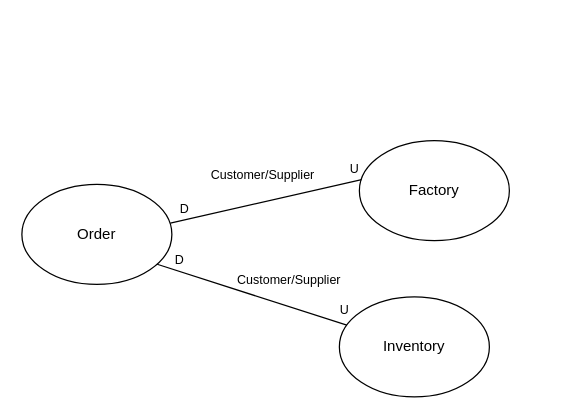
The draw.io diagram doc/images/graphs/contextmap.drawio in ielpo/edpo-project-group1, before the edit. Source tidied: cells renumbered, new cells numbered last; positions are measured from the earlier drawing's top-left corner, leaving out a move shared by most shapes. Both pictures are drawn from the tidied source at 125%, with x=0, y=0 at pixel (21, 140).
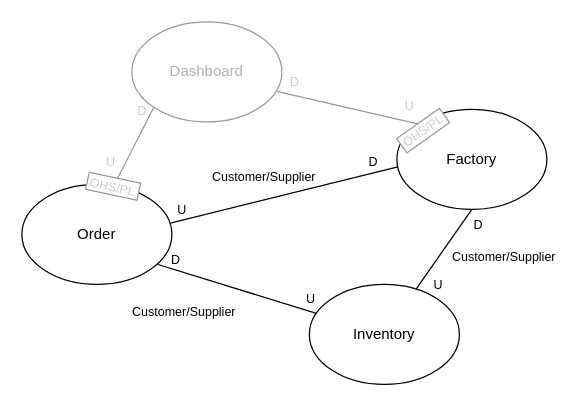
The same diagram, later.

The change refers to these unchanged cells:
```xml
<mxCell id="2" style="rounded=0;jettySize=auto;html=1;exitX=0.902;exitY=0.799;exitDx=0;exitDy=0;exitPerimeter=0;endArrow=none;endFill=0;fontColor=#000000;strokeColor=default;" parent="1" edge="1" source="5" target="6">
  <mxGeometry relative="1" as="geometry" />
</mxCell>
<mxCell id="5" value="Order" style="ellipse;whiteSpace=wrap;html=1;fontColor=#000000;strokeColor=default;" parent="1" vertex="1">
  <mxGeometry y="35" width="120" height="80" as="geometry" />
</mxCell>
```

Diff of the diagram source:
```diff
@@
     <mxCell id="3" value="D" style="edgeLabel;html=1;align=center;verticalAlign=middle;fontColor=#000000;fontSize=10;" parent="2" vertex="1">
       <mxGeometry x="-0.34" y="1" relative="1" as="geometry">
-        <mxPoint x="-34" y="-20" as="offset" />
+        <mxPoint x="-28" y="-16" as="offset" />
       </mxGeometry>
     </mxCell>
     <mxCell id="4" value="U" style="edgeLabel;html=1;align=center;verticalAlign=middle;fontColor=#000000;fontSize=10;" parent="2" vertex="1">
       <mxGeometry x="0.65" y="1" relative="1" as="geometry">
-        <mxPoint x="24" y="-3" as="offset" />
+        <mxPoint x="17" y="-5" as="offset" />
       </mxGeometry>
     </mxCell>
@@
     <mxCell id="6" value="Inventory" style="ellipse;whiteSpace=wrap;html=1;fontColor=#000000;strokeColor=#000000;" parent="1" vertex="1">
-      <mxGeometry x="254" y="125" width="120" height="80" as="geometry" />
+      <mxGeometry x="230" y="115" width="120" height="80" as="geometry" />
     </mxCell>
     <mxCell id="7" value="Factory" style="ellipse;whiteSpace=wrap;html=1;" parent="1" vertex="1">
-      <mxGeometry x="270" width="120" height="80" as="geometry" />
+      <mxGeometry x="300" y="-25" width="120" height="80" as="geometry" />
     </mxCell>
     <mxCell id="8" value="Customer/Supplier" style="text;html=1;whiteSpace=wrap;strokeColor=none;fillColor=none;align=center;verticalAlign=middle;rounded=0;fontColor=default;fontSize=10;" parent="1" vertex="1">
-      <mxGeometry x="184" y="96" width="60" height="30" as="geometry" />
+      <mxGeometry x="100" y="122" width="60" height="30" as="geometry" />
     </mxCell>
-    <mxCell id="9" style="rounded=0;jettySize=auto;html=1;exitX=0.99;exitY=0.387;exitDx=0;exitDy=0;endArrow=none;endFill=0;exitPerimeter=0;entryX=0.015;entryY=0.389;entryDx=0;entryDy=0;entryPerimeter=0;" parent="1" edge="1" source="5" target="7">
+    <mxCell id="9" style="rounded=0;jettySize=auto;html=1;exitX=0.99;exitY=0.387;exitDx=0;exitDy=0;endArrow=none;endFill=0;exitPerimeter=0;entryX=0.007;entryY=0.574;entryDx=0;entryDy=0;entryPerimeter=0;" parent="1" edge="1" source="5" target="7">
       <mxGeometry relative="1" as="geometry" />
     </mxCell>
     <mxCell id="10" value="D" style="edgeLabel;html=1;align=center;verticalAlign=middle;fontSize=10;" parent="9" vertex="1">
       <mxGeometry x="-0.74" y="-1" relative="1" as="geometry">
-        <mxPoint x="-9" y="-9" as="offset" />
+        <mxPoint x="138" y="-45" as="offset" />
       </mxGeometry>
     </mxCell>
     <mxCell id="11" value="U" style="edgeLabel;html=1;align=center;verticalAlign=middle;fontSize=10;" parent="9" vertex="1">
       <mxGeometry x="0.62" y="1" relative="1" as="geometry">
-        <mxPoint x="23" y="-15" as="offset" />
+        <mxPoint x="-139" y="26" as="offset" />
       </mxGeometry>
     </mxCell>
     <mxCell id="12" value="Customer/Supplier" style="text;html=1;whiteSpace=wrap;strokeColor=none;fillColor=none;align=center;verticalAlign=middle;rounded=0;fontColor=default;fontSize=10;" parent="1" vertex="1">
-      <mxGeometry x="163" y="12" width="60" height="30" as="geometry" />
+      <mxGeometry x="164" y="14" width="60" height="30" as="geometry" />
     </mxCell>
+    <mxCell id="13" style="rounded=0;jettySize=auto;html=1;exitX=0.5;exitY=1;exitDx=0;exitDy=0;endArrow=none;endFill=0;fontColor=#000000;strokeColor=default;" parent="1" edge="1" source="7" target="6">
+      <mxGeometry relative="1" as="geometry" />
+    </mxCell>
+    <mxCell id="14" value="D" style="edgeLabel;html=1;align=center;verticalAlign=middle;fontColor=#000000;fontSize=10;" parent="13" vertex="1">
+      <mxGeometry x="-0.34" y="1" relative="1" as="geometry">
+        <mxPoint x="19" y="-10" as="offset" />
+      </mxGeometry>
+    </mxCell>
+    <mxCell id="15" value="U" style="edgeLabel;html=1;align=center;verticalAlign=middle;fontColor=#000000;fontSize=10;" parent="13" vertex="1">
+      <mxGeometry x="0.65" y="1" relative="1" as="geometry">
+        <mxPoint x="8" y="6" as="offset" />
+      </mxGeometry>
+    </mxCell>
+    <mxCell id="16" value="Customer/Supplier" style="text;html=1;whiteSpace=wrap;strokeColor=none;fillColor=none;align=center;verticalAlign=middle;rounded=0;fontColor=default;fontSize=10;" parent="1" vertex="1">
+      <mxGeometry x="356" y="78" width="60" height="30" as="geometry" />
+    </mxCell>
+    <mxCell id="17" value="Dashboard" style="ellipse;whiteSpace=wrap;html=1;fontColor=#B3B3B3;strokeColor=#999999;" parent="1" vertex="1">
+      <mxGeometry x="88" y="-95" width="120" height="80" as="geometry" />
+    </mxCell>
+    <mxCell id="18" style="rounded=0;jettySize=auto;html=1;exitX=0.966;exitY=0.694;exitDx=0;exitDy=0;endArrow=none;endFill=0;exitPerimeter=0;entryX=0;entryY=0;entryDx=0;entryDy=0;strokeColor=#999999;" parent="1" edge="1" source="17" target="7">
+      <mxGeometry relative="1" as="geometry" />
+    </mxCell>
+    <mxCell id="19" value="D" style="edgeLabel;html=1;align=center;verticalAlign=middle;fontSize=10;labelBackgroundColor=default;fontColor=#CCCCCC;strokeColor=#999999;" parent="18" vertex="1">
+      <mxGeometry x="-0.74" y="-1" relative="1" as="geometry">
+        <mxPoint x="-1" y="-12" as="offset" />
+      </mxGeometry>
+    </mxCell>
+    <mxCell id="20" value="U" style="edgeLabel;html=1;align=center;verticalAlign=middle;fontSize=10;labelBackgroundColor=default;fontColor=#CCCCCC;strokeColor=#999999;" parent="18" vertex="1">
+      <mxGeometry x="0.62" y="1" relative="1" as="geometry">
+        <mxPoint x="14" y="-9" as="offset" />
+      </mxGeometry>
+    </mxCell>
+    <mxCell id="21" style="rounded=0;jettySize=auto;html=1;exitX=0.617;exitY=0.001;exitDx=0;exitDy=0;endArrow=none;endFill=0;exitPerimeter=0;entryX=0;entryY=1;entryDx=0;entryDy=0;strokeColor=#999999;" parent="1" edge="1" source="5" target="17">
+      <mxGeometry relative="1" as="geometry" />
+    </mxCell>
+    <mxCell id="22" value="D" style="edgeLabel;html=1;align=center;verticalAlign=middle;fontSize=10;labelBackgroundColor=default;fontColor=#CCCCCC;strokeColor=#999999;" parent="21" vertex="1">
+      <mxGeometry x="-0.74" y="-1" relative="1" as="geometry">
+        <mxPoint x="16" y="-52" as="offset" />
+      </mxGeometry>
+    </mxCell>
+    <mxCell id="23" value="U" style="edgeLabel;html=1;align=center;verticalAlign=middle;fontSize=10;labelBackgroundColor=default;fontColor=#CCCCCC;strokeColor=#999999;" parent="21" vertex="1">
+      <mxGeometry x="0.62" y="1" relative="1" as="geometry">
+        <mxPoint x="-28" y="32" as="offset" />
+      </mxGeometry>
+    </mxCell>
+    <mxCell id="24" value="&lt;font style=&quot;font-size: 10px;&quot;&gt;OHS/PL&lt;/font&gt;" style="rounded=0;whiteSpace=wrap;html=1;rotation=12;strokeColor=#999999;labelBackgroundColor=none;fontColor=#CCCCCC;" parent="1" vertex="1">
+      <mxGeometry x="52" y="29.5" width="42" height="14" as="geometry" />
+    </mxCell>
+    <mxCell id="25" value="&lt;font style=&quot;font-size: 10px;&quot;&gt;OHS/PL&lt;/font&gt;" style="rounded=0;whiteSpace=wrap;html=1;rotation=-35.4;strokeColor=#999999;labelBackgroundColor=none;fontColor=#CCCCCC;" parent="1" vertex="1">
+      <mxGeometry x="300" y="-15" width="42" height="14" as="geometry" />
+    </mxCell>
```
